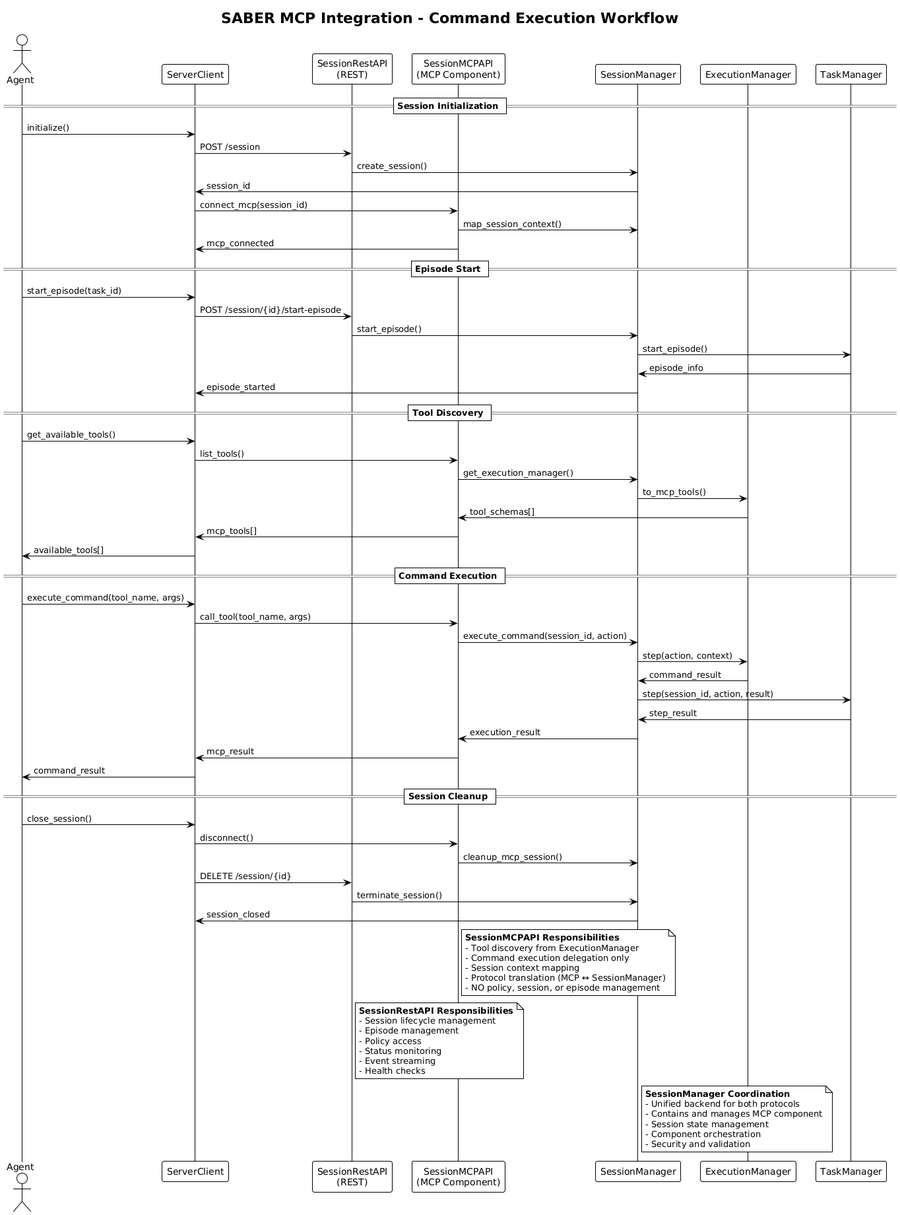
Before: docs/assets/MCP Integration Workflow.png, a diagram exported from PlantUML (microsoft/ACES).
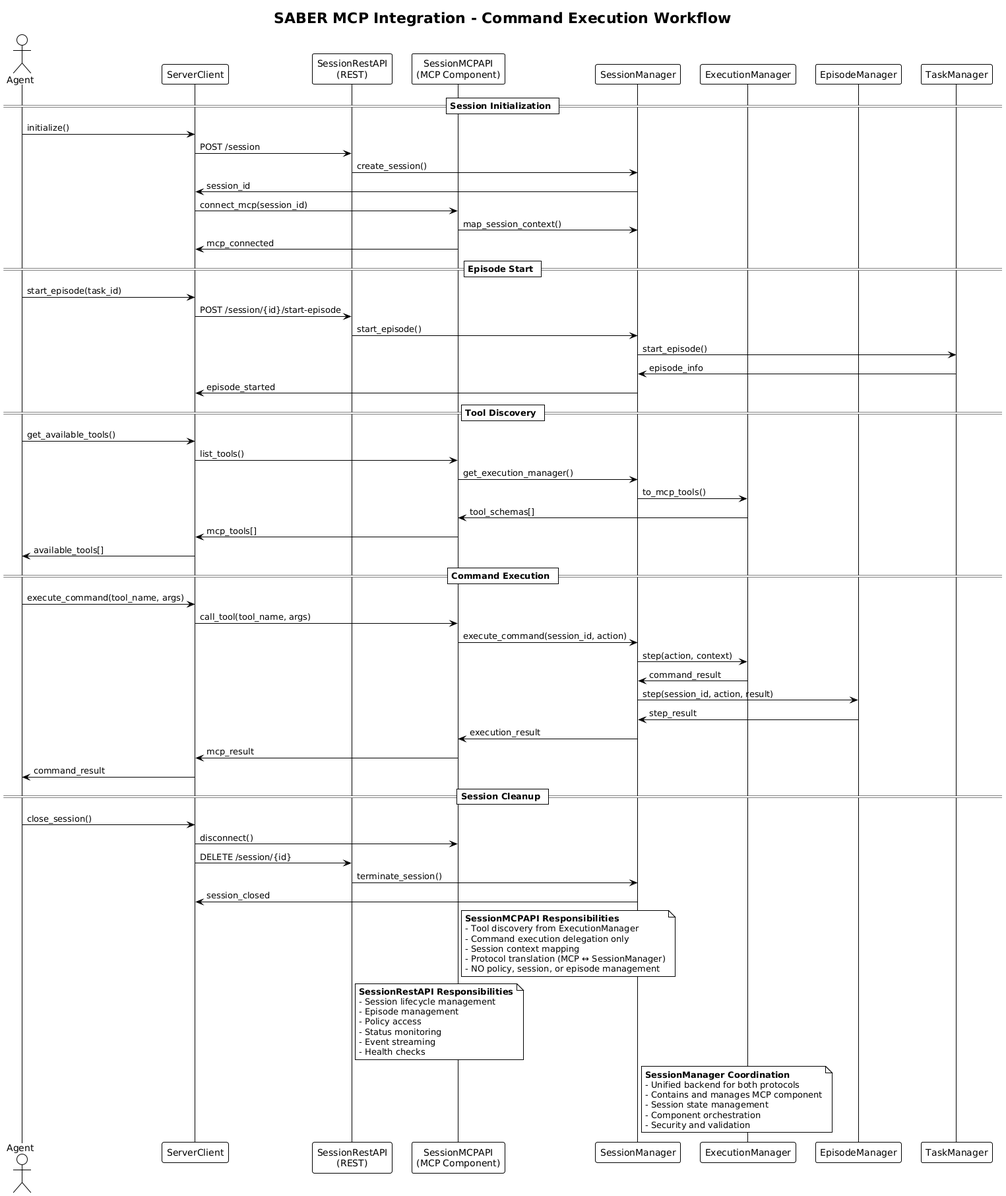
Later version of the same file.

The edit, as a diff of the source:
```diff
@@ -8,7 +8,8 @@
 participant "SessionRestAPI\n(REST)" as REST
 participant "SessionMCPAPI\n(MCP Component)" as MCP
 participant "SessionManager" as SM
-participant "ExecutionManager" as EM
+participant "ExecutionManager" as EM_EXEC
+participant "EpisodeManager" as EM_EP
 participant "TaskManager" as TM
 
 == Session Initialization ==
@@ -32,8 +33,8 @@
 Agent -> Client: get_available_tools()
 Client -> MCP: list_tools()
 MCP -> SM: get_execution_manager()
-SM -> EM: to_mcp_tools()
-EM -> MCP: tool_schemas[]
+SM -> EM_EXEC: to_mcp_tools()
+EM_EXEC -> MCP: tool_schemas[]
 MCP -> Client: mcp_tools[]
 Client -> Agent: available_tools[]
 
@@ -41,10 +42,10 @@
 Agent -> Client: execute_command(tool_name, args)
 Client -> MCP: call_tool(tool_name, args)
 MCP -> SM: execute_command(session_id, action)
-SM -> EM: step(action, context)
-EM -> SM: command_result
-SM -> TM: step(session_id, action, result)
-TM -> SM: step_result
+SM -> EM_EXEC: step(action, context)
+EM_EXEC -> SM: command_result
+SM -> EM_EP: step(session_id, action, result)
+EM_EP -> SM: step_result
 SM -> MCP: execution_result
 MCP -> Client: mcp_result
 Client -> Agent: command_result
@@ -52,7 +53,6 @@
 == Session Cleanup ==
 Agent -> Client: close_session()
 Client -> MCP: disconnect()
-MCP -> SM: cleanup_mcp_session()
 Client -> REST: DELETE /session/{id}
 REST -> SM: terminate_session()
 SM -> Client: session_closed
```
